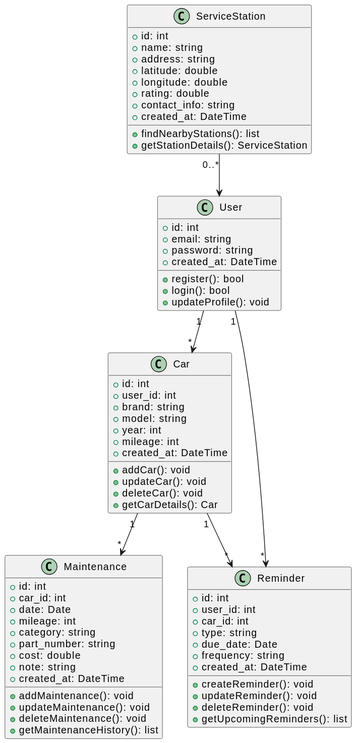
This is ClassDiagram.svg from Vediz-antonova/OOP_courseWork, a PlantUML export, as it was before one commit. Its diagram source:
```plantuml
@startuml
class User {
  + id: int
  + email: string
  + password: string
  + created_at: DateTime

  + register(): bool
  + login(): bool
  + updateProfile(): void
}

class Car {
  + id: int
  + user_id: int
  + brand: string
  + model: string
  + year: int
  + mileage: int
  + created_at: DateTime

  + addCar(): void
  + updateCar(): void
  + deleteCar(): void
  + getCarDetails(): Car
}

class Maintenance {
  + id: int
  + car_id: int
  + date: Date
  + mileage: int
  + category: string
  + part_number: string
  + cost: double
  + note: string
  + created_at: DateTime

  + addMaintenance(): void
  + updateMaintenance(): void
  + deleteMaintenance(): void
  + getMaintenanceHistory(): list
}

class Reminder {
  + id: int
  + user_id: int
  + car_id: int
  + type: string
  + due_date: Date
  + frequency: string
  + created_at: DateTime

  + createReminder(): void
  + updateReminder(): void
  + deleteReminder(): void
  + getUpcomingReminders(): list
}

class ServiceStation {
  + id: int
  + name: string
  + address: string
  + latitude: double
  + longitude: double
  + rating: double
  + contact_info: string
  + created_at: DateTime

  + findNearbyStations(): list
  + getStationDetails(): ServiceStation
}

User "1" --> "*" Car
Car "1" --> "*" Maintenance
Car "1" --> "*" Reminder
User "1" --> "*" Reminder
ServiceStation "0..*" --> User
@enduml
```
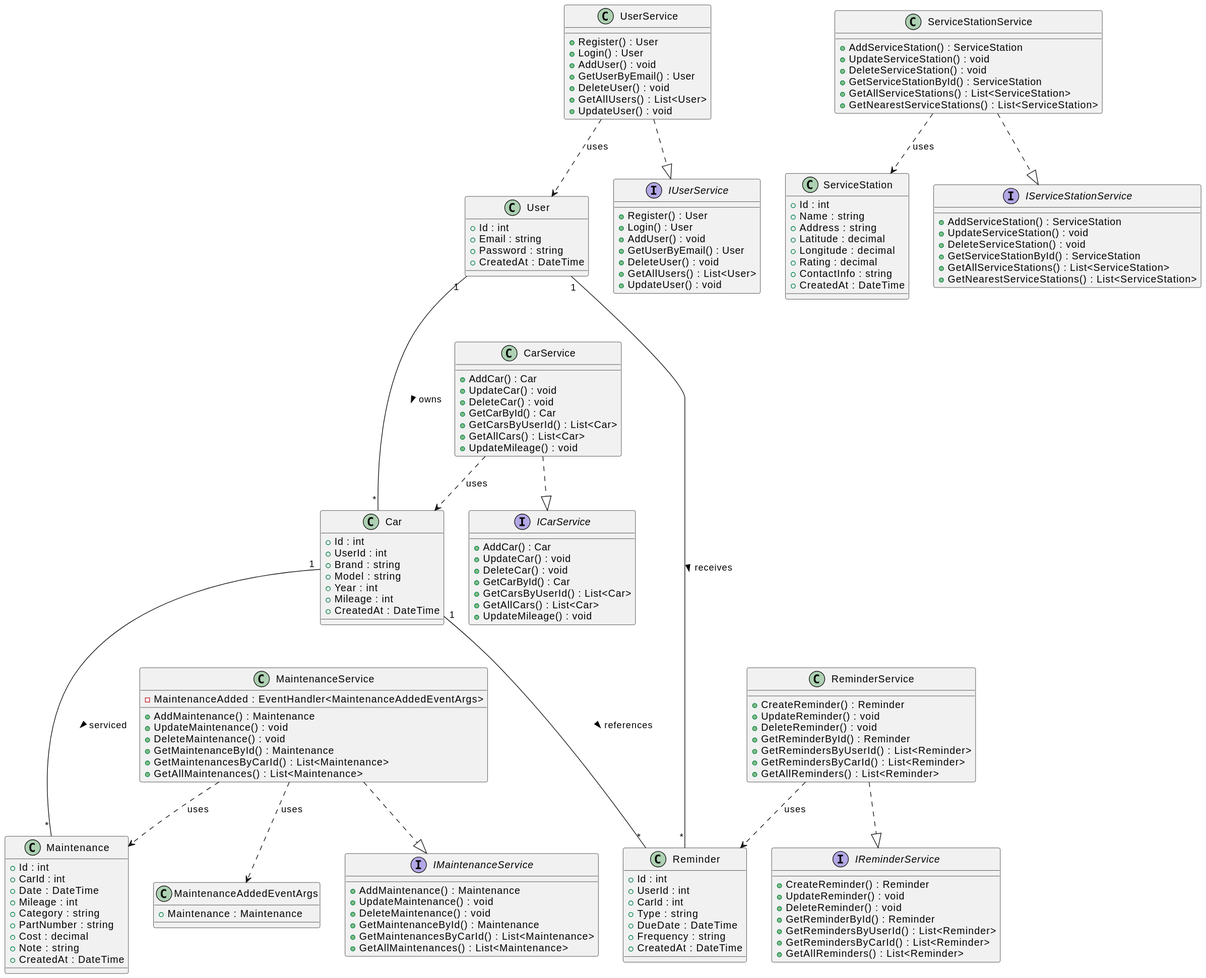
The same file after the commit.

Commit message:
Update UML_diagram

What changed in the source:
```diff
@@ -1,79 +1,165 @@
 @startuml
 class User {
-  + id: int
-  + email: string
-  + password: string
-  + created_at: DateTime
-
-  + register(): bool
-  + login(): bool
-  + updateProfile(): void
+  + Id : int
+  + Email : string
+  + Password : string
+  + CreatedAt : DateTime
 }
 
 class Car {
-  + id: int
-  + user_id: int
-  + brand: string
-  + model: string
-  + year: int
-  + mileage: int
-  + created_at: DateTime
-
-  + addCar(): void
-  + updateCar(): void
-  + deleteCar(): void
-  + getCarDetails(): Car
+  + Id : int
+  + UserId : int
+  + Brand : string
+  + Model : string
+  + Year : int
+  + Mileage : int
+  + CreatedAt : DateTime
 }
 
 class Maintenance {
-  + id: int
-  + car_id: int
-  + date: Date
-  + mileage: int
-  + category: string
-  + part_number: string
-  + cost: double
-  + note: string
-  + created_at: DateTime
-
-  + addMaintenance(): void
-  + updateMaintenance(): void
-  + deleteMaintenance(): void
-  + getMaintenanceHistory(): list
+  + Id : int
+  + CarId : int
+  + Date : DateTime
+  + Mileage : int
+  + Category : string
+  + PartNumber : string
+  + Cost : decimal
+  + Note : string
+  + CreatedAt : DateTime
 }
 
 class Reminder {
-  + id: int
-  + user_id: int
-  + car_id: int
-  + type: string
-  + due_date: Date
-  + frequency: string
-  + created_at: DateTime
-
-  + createReminder(): void
-  + updateReminder(): void
-  + deleteReminder(): void
-  + getUpcomingReminders(): list
+  + Id : int
+  + UserId : int
+  + CarId : int
+  + Type : string
+  + DueDate : DateTime
+  + Frequency : string
+  + CreatedAt : DateTime
 }
 
 class ServiceStation {
-  + id: int
-  + name: string
-  + address: string
-  + latitude: double
-  + longitude: double
-  + rating: double
-  + contact_info: string
-  + created_at: DateTime
-
-  + findNearbyStations(): list
-  + getStationDetails(): ServiceStation
+  + Id : int
+  + Name : string
+  + Address : string
+  + Latitude : decimal
+  + Longitude : decimal
+  + Rating : decimal
+  + ContactInfo : string
+  + CreatedAt : DateTime
 }
 
-User "1" --> "*" Car
-Car "1" --> "*" Maintenance
-Car "1" --> "*" Reminder
-User "1" --> "*" Reminder
-ServiceStation "0..*" --> User
+interface IUserService {
+  + Register() : User
+  + Login() : User
+  + AddUser() : void
+  + GetUserByEmail() : User
+  + DeleteUser() : void
+  + GetAllUsers() : List<User>
+  + UpdateUser() : void
+}
+class UserService {
+  + Register() : User
+  + Login() : User
+  + AddUser() : void
+  + GetUserByEmail() : User
+  + DeleteUser() : void
+  + GetAllUsers() : List<User>
+  + UpdateUser() : void
+}
+UserService ..|> IUserService
+
+interface ICarService {
+  + AddCar() : Car
+  + UpdateCar() : void
+  + DeleteCar() : void
+  + GetCarById() : Car
+  + GetCarsByUserId() : List<Car>
+  + GetAllCars() : List<Car>
+  + UpdateMileage() : void
+}
+class CarService {
+  + AddCar() : Car
+  + UpdateCar() : void
+  + DeleteCar() : void
+  + GetCarById() : Car
+  + GetCarsByUserId() : List<Car>
+  + GetAllCars() : List<Car>
+  + UpdateMileage() : void
+}
+CarService ..|> ICarService
+
+interface IMaintenanceService {
+  + AddMaintenance() : Maintenance
+  + UpdateMaintenance() : void
+  + DeleteMaintenance() : void
+  + GetMaintenanceById() : Maintenance
+  + GetMaintenancesByCarId() : List<Maintenance>
+  + GetAllMaintenances() : List<Maintenance>
+}
+class MaintenanceService {
+  + AddMaintenance() : Maintenance
+  + UpdateMaintenance() : void
+  + DeleteMaintenance() : void
+  + GetMaintenanceById() : Maintenance
+  + GetMaintenancesByCarId() : List<Maintenance>
+  + GetAllMaintenances() : List<Maintenance>
+  - MaintenanceAdded : EventHandler<MaintenanceAddedEventArgs>
+}
+MaintenanceService ..|> IMaintenanceService
+
+interface IReminderService {
+  + CreateReminder() : Reminder
+  + UpdateReminder() : void
+  + DeleteReminder() : void
+  + GetReminderById() : Reminder
+  + GetRemindersByUserId() : List<Reminder>
+  + GetRemindersByCarId() : List<Reminder>
+  + GetAllReminders() : List<Reminder>
+}
+class ReminderService {
+  + CreateReminder() : Reminder
+  + UpdateReminder() : void
+  + DeleteReminder() : void
+  + GetReminderById() : Reminder
+  + GetRemindersByUserId() : List<Reminder>
+  + GetRemindersByCarId() : List<Reminder>
+  + GetAllReminders() : List<Reminder>
+}
+ReminderService ..|> IReminderService
+
+interface IServiceStationService {
+  + AddServiceStation() : ServiceStation
+  + UpdateServiceStation() : void
+  + DeleteServiceStation() : void
+  + GetServiceStationById() : ServiceStation
+  + GetAllServiceStations() : List<ServiceStation>
+  + GetNearestServiceStations() : List<ServiceStation>
+}
+class ServiceStationService {
+  + AddServiceStation() : ServiceStation
+  + UpdateServiceStation() : void
+  + DeleteServiceStation() : void
+  + GetServiceStationById() : ServiceStation
+  + GetAllServiceStations() : List<ServiceStation>
+  + GetNearestServiceStations() : List<ServiceStation>
+}
+ServiceStationService ..|> IServiceStationService
+
+class MaintenanceAddedEventArgs {
+  + Maintenance : Maintenance
+}
+
+User "1" --- "*" Car : owns >
+Car "1" --- "*" Maintenance : serviced >
+User "1" --- "*" Reminder : receives >
+Car "1" --- "*" Reminder : references >
+
+UserService ..> User : uses
+CarService ..> Car : uses
+ReminderService ..> Reminder : uses
+MaintenanceService ..> Maintenance : uses
+ServiceStationService ..> ServiceStation : uses
+
+MaintenanceService ..> MaintenanceAddedEventArgs : uses
 @enduml
```
